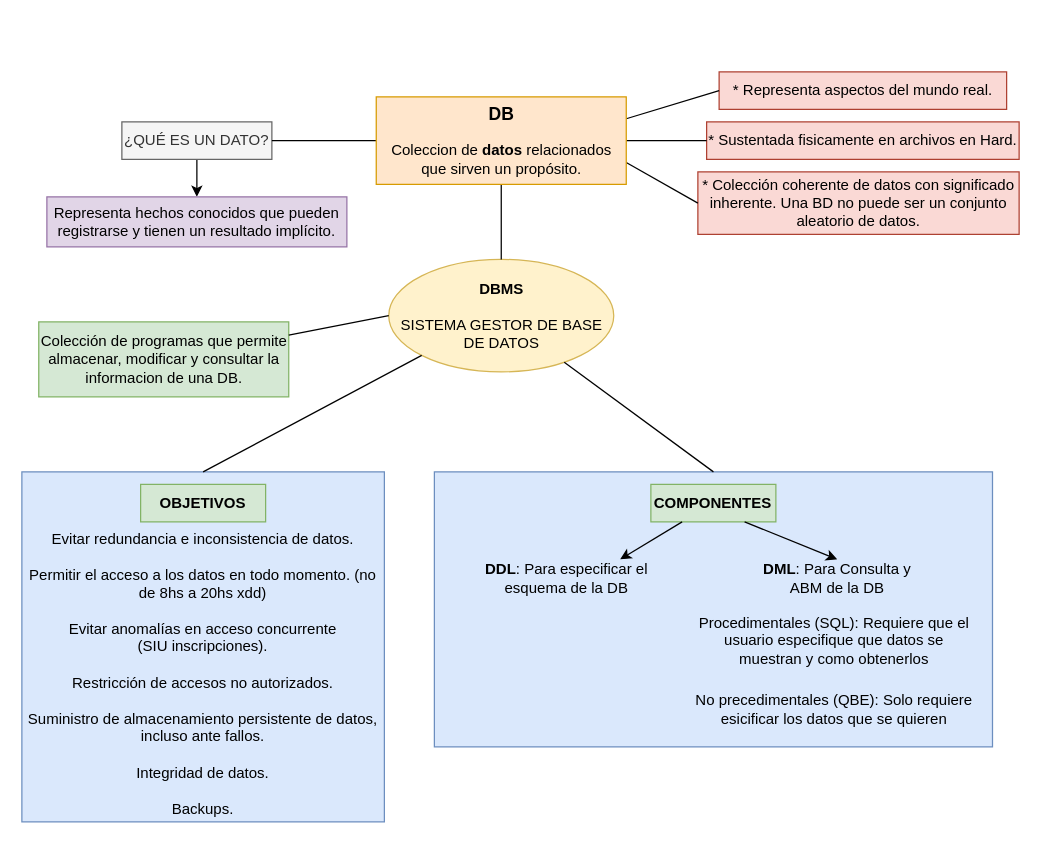
Above: page "DB, Datos, DBMS" (1 of 8) of Diagrama-resumen.drawio in senras/DBD (draw.io), before the change. Source tidied: cells renumbered, new cells numbered last; positions are measured from the earlier drawing's top-left corner, leaving out a move shared by most shapes. Both pictures are drawn from the tidied source at 125%, with x=0, y=0 at pixel (21, 71).
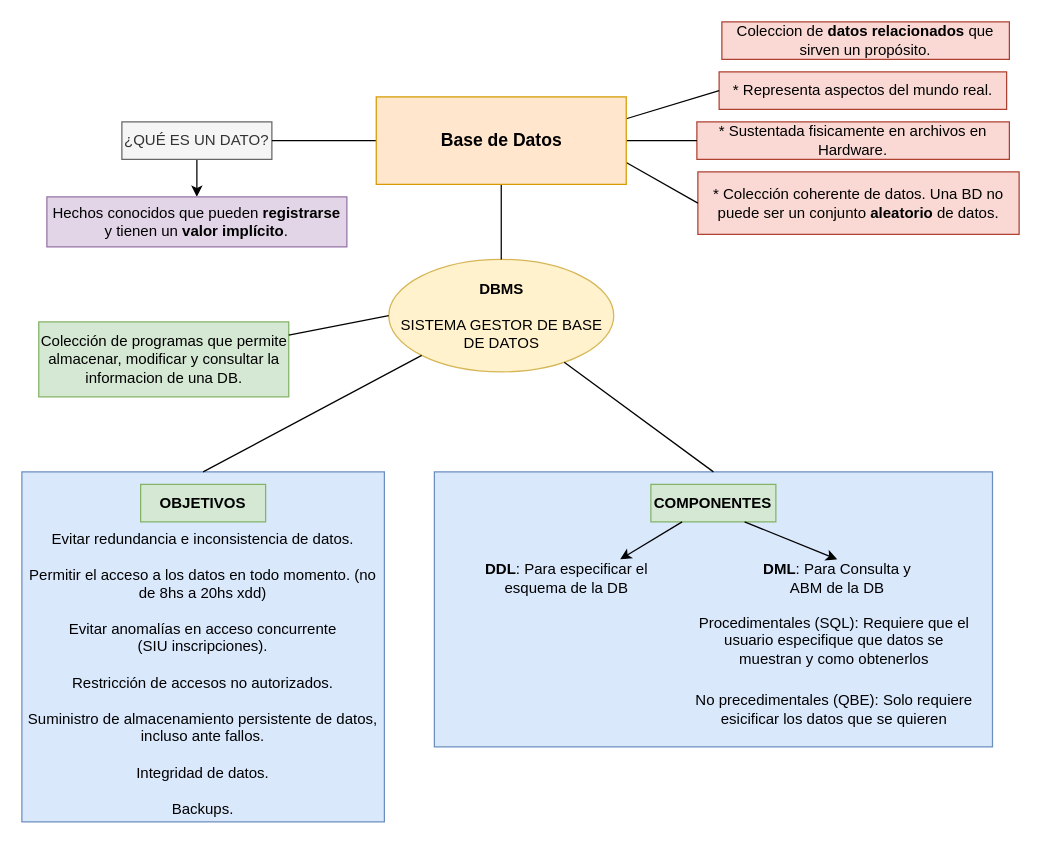
The same page after the edit.

Change to the diagram source:
```diff
@@
-    <mxCell id="5" value="* Colección coherente de datos con significado inherente. Una BD no puede ser un conjunto aleatorio de datos." style="text;html=1;strokeColor=#ae4132;fillColor=#fad9d5;align=center;verticalAlign=middle;whiteSpace=wrap;rounded=0;" parent="1" vertex="1">
+    <mxCell id="5" value="* Colección coherente de datos. Una BD no puede ser un conjunto &lt;b&gt;aleatorio &lt;/b&gt;de datos." style="text;html=1;strokeColor=#ae4132;fillColor=#fad9d5;align=center;verticalAlign=middle;whiteSpace=wrap;rounded=0;" parent="1" vertex="1">
       <mxGeometry x="540.8" y="80" width="257" height="50" as="geometry" />
     </mxCell>
-    <mxCell id="6" value="* Sustentada fisicamente en archivos en Hard." style="text;html=1;strokeColor=#ae4132;fillColor=#fad9d5;align=center;verticalAlign=middle;whiteSpace=wrap;rounded=0;" parent="1" vertex="1">
-      <mxGeometry x="547.8" y="40" width="250" height="30" as="geometry" />
+    <mxCell id="6" value="* Sustentada fisicamente en archivos en Hardware." style="text;html=1;strokeColor=#ae4132;fillColor=#fad9d5;align=center;verticalAlign=middle;whiteSpace=wrap;rounded=0;" parent="1" vertex="1">
+      <mxGeometry x="540" y="40" width="250" height="30" as="geometry" />
     </mxCell>
@@
-    <mxCell id="19" value="Representa hechos conocidos que pueden registrarse y tienen un resultado implícito." style="text;html=1;strokeColor=#9673a6;fillColor=#e1d5e7;align=center;verticalAlign=middle;whiteSpace=wrap;rounded=0;" parent="1" vertex="1">
+    <mxCell id="19" value="Hechos conocidos que pueden &lt;b&gt;registrarse &lt;/b&gt;y tienen un &lt;b&gt;valor&lt;/b&gt;&amp;nbsp;&lt;b&gt;implícito&lt;/b&gt;." style="text;html=1;strokeColor=#9673a6;fillColor=#e1d5e7;align=center;verticalAlign=middle;whiteSpace=wrap;rounded=0;" parent="1" vertex="1">
       <mxGeometry x="20" y="100" width="240" height="40" as="geometry" />
     </mxCell>
@@
-    <mxCell id="29" value="&lt;h3&gt;&lt;b&gt;DB&lt;/b&gt;&lt;/h3&gt;&lt;span&gt;&lt;div&gt;&lt;span&gt;Coleccion de&amp;nbsp;&lt;/span&gt;&lt;b&gt;datos&amp;nbsp;&lt;/b&gt;&lt;span&gt;relacionados que sirven un propósito.&lt;/span&gt;&lt;/div&gt;&lt;div&gt;&lt;span&gt;&lt;br&gt;&lt;/span&gt;&lt;/div&gt;&lt;/span&gt;" style="rounded=0;whiteSpace=wrap;html=1;fillColor=#ffe6cc;strokeColor=#d79b00;align=center;" parent="1" vertex="1">
+    <mxCell id="29" value="&lt;h3&gt;Base de Datos&lt;/h3&gt;" style="rounded=0;whiteSpace=wrap;html=1;fillColor=#ffe6cc;strokeColor=#d79b00;align=center;" parent="1" vertex="1">
       <mxGeometry x="283.5" y="20" width="200" height="70" as="geometry" />
     </mxCell>
+    <mxCell id="30" value="Coleccion de&amp;nbsp;&lt;b&gt;datos&amp;nbsp;&lt;/b&gt;&lt;b&gt;relacionados&amp;nbsp;&lt;/b&gt;que sirven un propósito." style="text;html=1;strokeColor=#ae4132;fillColor=#fad9d5;align=center;verticalAlign=middle;whiteSpace=wrap;rounded=0;" parent="1" vertex="1">
+      <mxGeometry x="560" y="-40" width="230" height="30" as="geometry" />
+    </mxCell>
```
